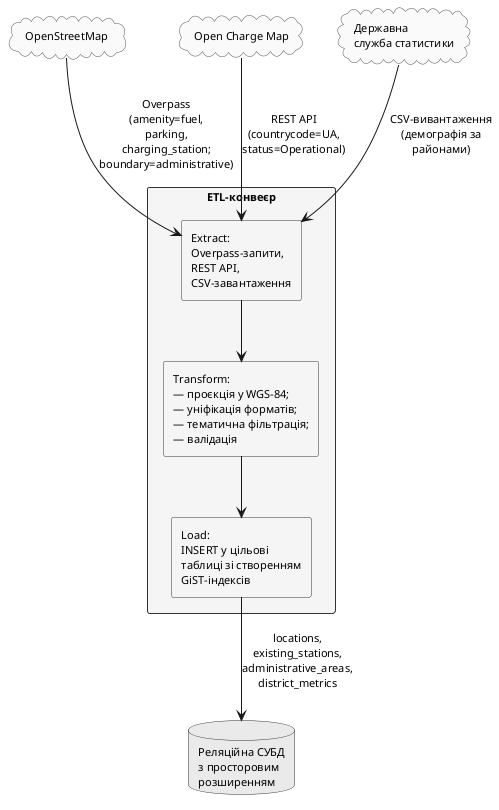
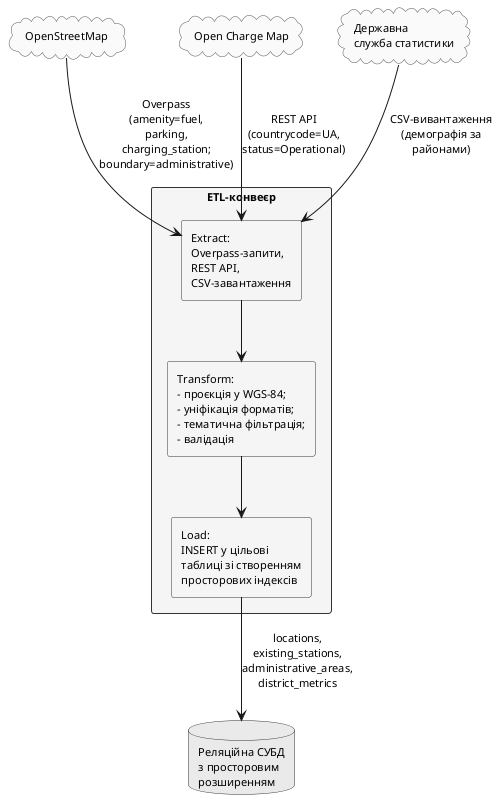
@startuml
' Рис. 2.8. Концептуальний потік даних: зовнішні джерела → ETL-конвеєр → сховище
skinparam shadowing false
skinparam defaultFontName "Times New Roman"
skinparam defaultFontSize 11
skinparam rectangle {
    BackgroundColor #f5f5f5
    BorderColor #333333
}
skinparam cloud {
    BackgroundColor #fafafa
    BorderColor #555555
}
skinparam database {
    BackgroundColor #eaeaea
    BorderColor #333333
}

cloud "OpenStreetMap" as OSM
cloud "Open Charge Map" as OCM
cloud "Державна\nслужба статистики" as DSU

rectangle "ETL-конвеєр" as ETL {
    rectangle "Extract:\nOverpass-запити,\nREST API,\nCSV-завантаження" as E
-     rectangle "Transform:\n— проєкція у WGS-84;\n— уніфікація форматів;\n— тематична фільтрація;\n— валідація" as T
-     rectangle "Load:\nINSERT у цільові\nтаблиці зі створенням\nGiST-індексів" as L
+     rectangle "Transform:\n– проєкція у WGS-84;\n– уніфікація форматів;\n– тематична фільтрація;\n– валідація" as T
+     rectangle "Load:\nINSERT у цільові\nтаблиці зі створенням\nпросторових індексів" as L
}

database "Реляційна СУБД\nз просторовим\nрозширенням" as DB

OSM --> E : Overpass\n(amenity=fuel,\nparking,\ncharging_station;\nboundary=administrative)
OCM --> E : REST API\n(countrycode=UA,\nstatus=Operational)
DSU --> E : CSV-вивантаження\n(демографія за\nрайонами)

E --> T
T --> L
L --> DB : locations,\nexisting_stations,\nadministrative_areas,\ndistrict_metrics

@enduml
